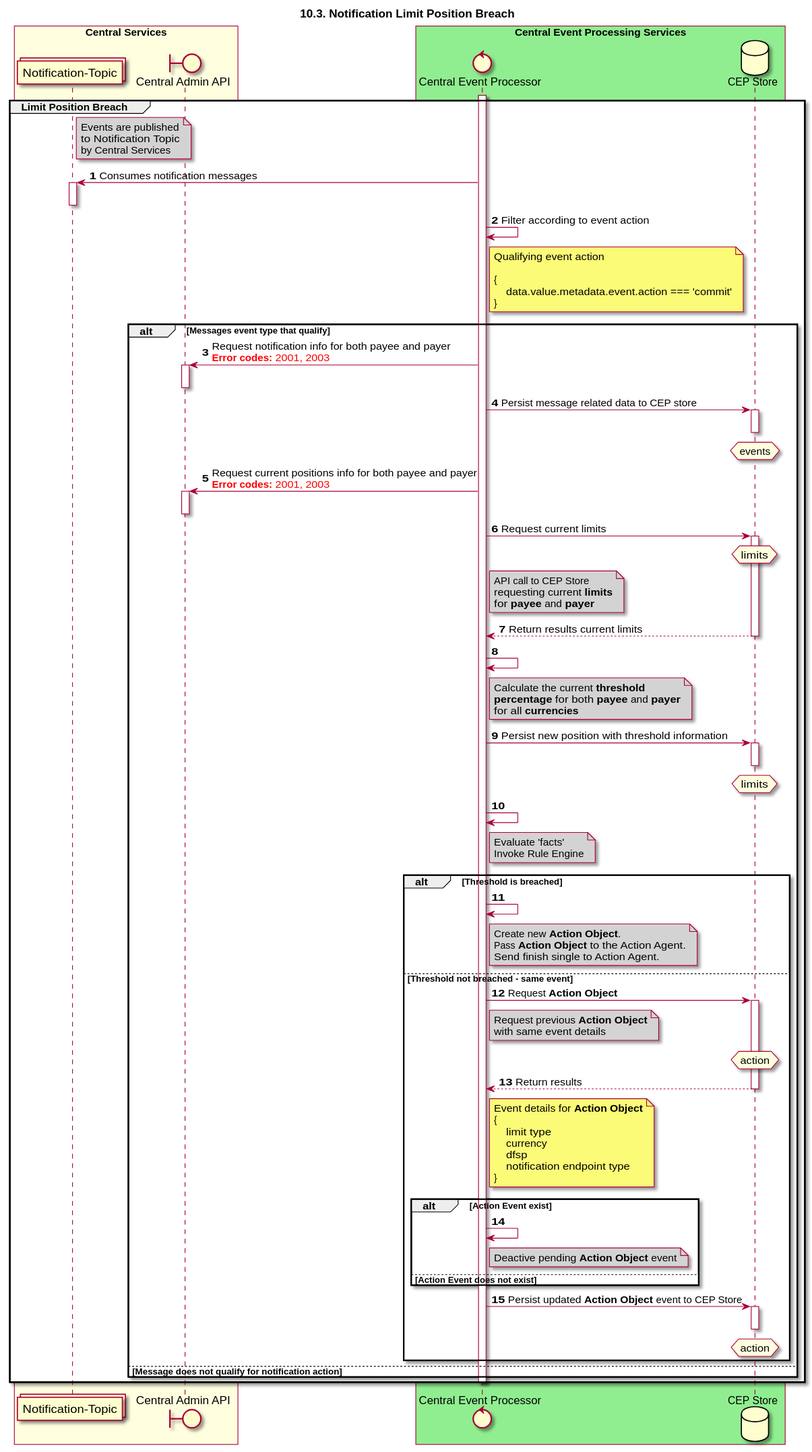
Earlier version of the PlantUML export docs/sequence_diagrams/notification-LimitPositionBreach.svg (mojaloop/central-event-processor).
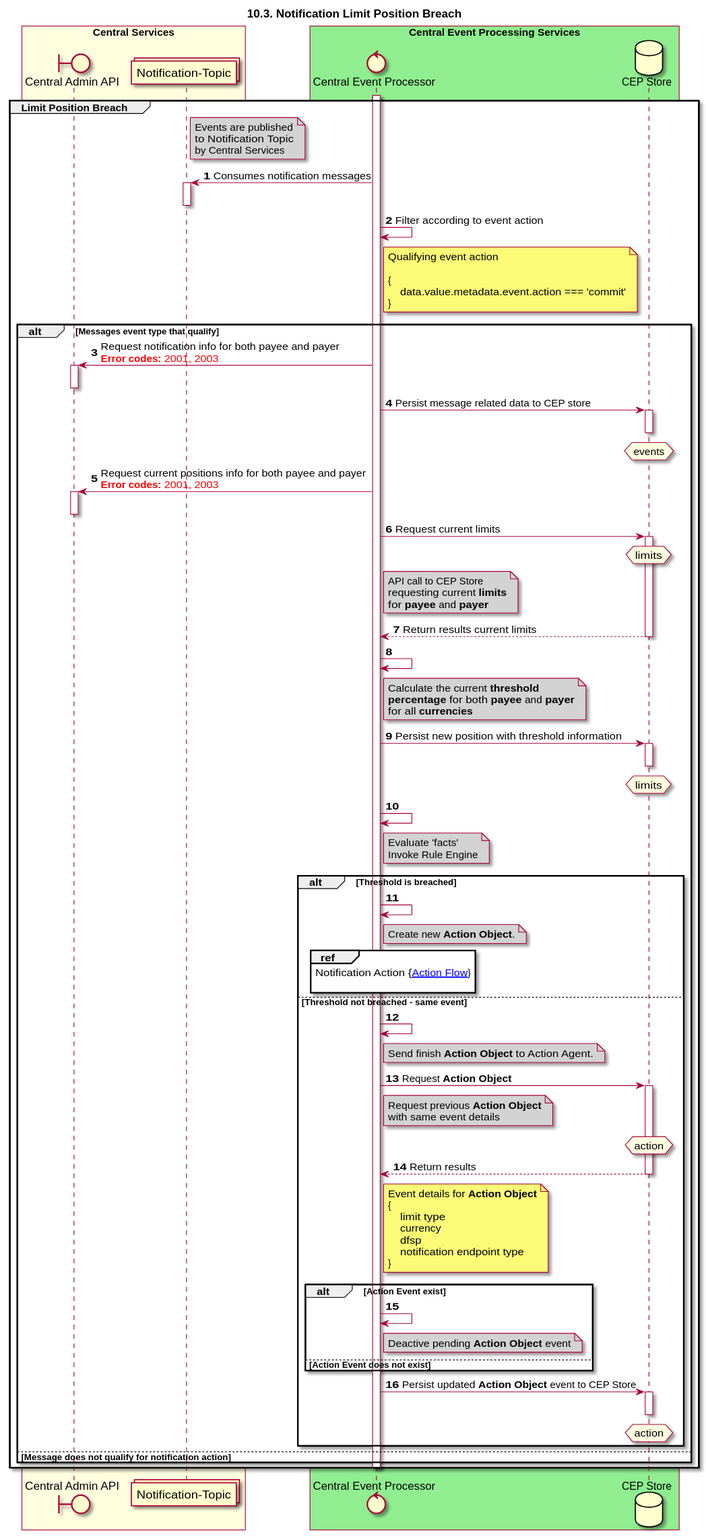
Later version of the same file.

What changed in the source:
```diff
@@ -8,8 +8,8 @@
 database "CEP Store" as DB
 
 box "Central Services" #LightYellow
+participant CLAPI
 participant TOPIC_NOTIFY
-participant CLAPI
 end box
 box "Central Event Processing Services" #LightGreen
 participant CEP
@@ -79,13 +79,16 @@
         end note
 
         alt Threshold is breached
-            CEP -> CEP:
+            CEP -> CEP
             note right of CEP #LightGrey
                 Create new **Action Object**.
-                Pass **Action Object** to the Action Agent.
-                Send finish single to Action Agent.
             end note
+            ref over CEP :  Notification Action {[[https://github.com/mojaloop/central-event-processor/tree/master/docs/sequence_diagramsnotification-actionFlow.svg Action Flow]]} \n
         else Threshold not breached - same event
+            CEP -> CEP
+            note right of CEP #LightGrey
+                Send finish **Action Object** to Action Agent.
+            end note
             CEP -> DB: Request **Action Object**
             note right of CEP #LightGrey
                 Request previous **Action Object**
```
